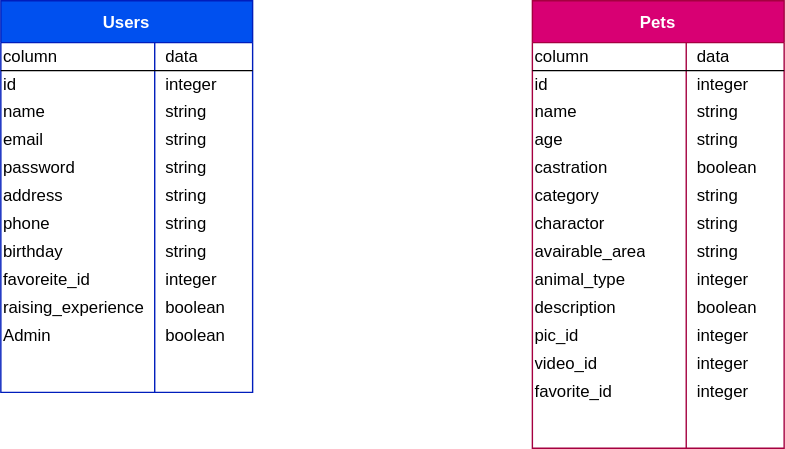
Before: rubyemon.drawio.svg, a diagram exported from draw.io (yosnak13/rubyemon_entity_relationship_diagram). Source tidied: cells renumbered, new cells last; positions are measured from the earlier drawing's top-left corner, leaving out a move shared by most shapes.
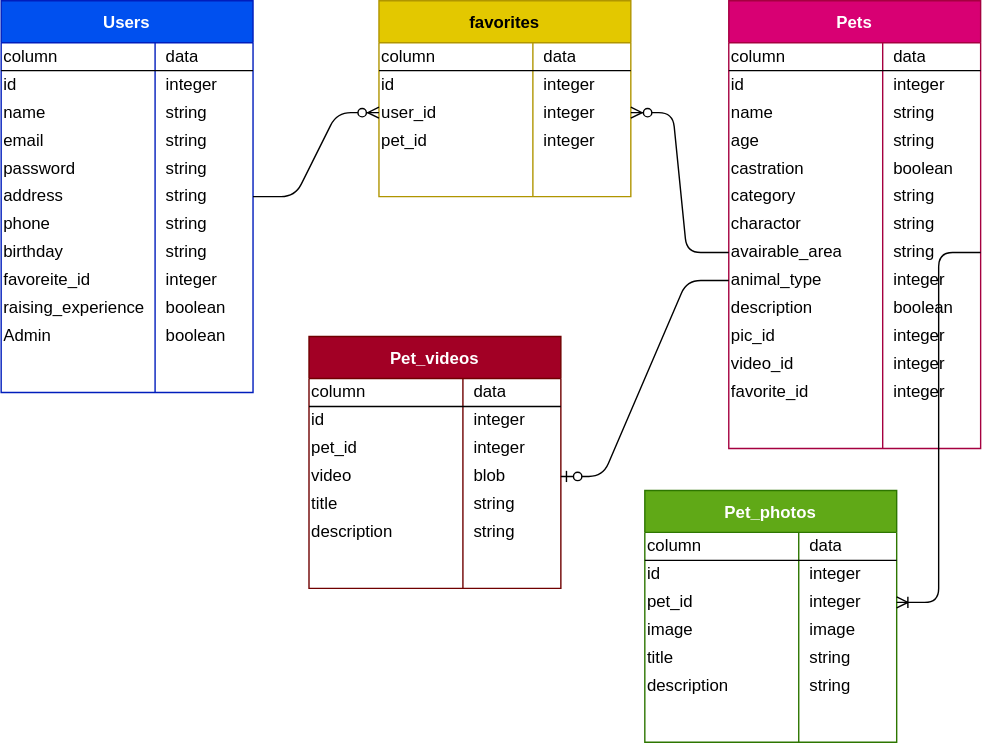
Above is the later version.

What changed in the source:
```diff
@@ -3,7 +3,7 @@
     <mxCell id="0" />
     <mxCell id="1" parent="0" />
     <mxCell id="2" value="Users" style="shape=table;startSize=30;rowLines=0;fontStyle=1;align=center;labelBorderColor=none;labelBackgroundColor=none;fillColor=#0050ef;strokeColor=#001DBC;fontColor=#ffffff;" parent="1" vertex="1">
-      <mxGeometry width="180" height="280" as="geometry" />
+      <mxGeometry x="-10" width="180" height="280" as="geometry" />
     </mxCell>
     <mxCell id="3" style="shape=partialRectangle;html=1;whiteSpace=wrap;fillColor=none;top=0;left=0;bottom=1;right=0;" parent="2" vertex="1">
       <mxGeometry y="30" width="180" height="20" as="geometry" />
@@ -104,8 +104,8 @@
     <mxCell id="35" value="boolean" style="shape=partialRectangle;html=1;whiteSpace=wrap;fillColor=none;top=0;left=0;bottom=0;right=0;align=left;spacingLeft=6;overflow=hidden;" parent="33" vertex="1">
       <mxGeometry x="110" width="70" height="20" as="geometry" />
     </mxCell>
-    <mxCell id="36" value="Pets" style="shape=table;startSize=30;rowLines=0;fontStyle=1;align=center;labelBorderColor=none;labelBackgroundColor=none;fillColor=#d80073;strokeColor=#A50040;fontColor=#ffffff;" parent="1" vertex="1">
-      <mxGeometry x="380" width="180" height="320" as="geometry" />
+    <mxCell id="36" value="Pets" style="shape=table;startSize=30;rowLines=0;fontStyle=1;align=center;labelBorderColor=none;labelBackgroundColor=none;fillColor=#d80073;strokeColor=#A50040;fontColor=#ffffff;shadow=0;" parent="1" vertex="1">
+      <mxGeometry x="510" width="180" height="320" as="geometry" />
     </mxCell>
     <mxCell id="37" style="shape=partialRectangle;html=1;whiteSpace=wrap;fillColor=none;top=0;left=0;bottom=1;right=0;" parent="36" vertex="1">
       <mxGeometry y="30" width="180" height="20" as="geometry" />
@@ -224,5 +224,170 @@
     <mxCell id="75" value="integer" style="shape=partialRectangle;html=1;whiteSpace=wrap;fillColor=none;top=0;left=0;bottom=0;right=0;align=left;spacingLeft=6;overflow=hidden;" parent="73" vertex="1">
       <mxGeometry x="110" width="70" height="20" as="geometry" />
     </mxCell>
+    <mxCell id="76" value="favorites" style="shape=table;startSize=30;rowLines=0;fontStyle=1;align=center;labelBorderColor=none;labelBackgroundColor=none;fillColor=#e3c800;strokeColor=#B09500;fontColor=#000000;" parent="1" vertex="1">
+      <mxGeometry x="260" width="180" height="140" as="geometry" />
+    </mxCell>
+    <mxCell id="77" style="shape=partialRectangle;html=1;whiteSpace=wrap;fillColor=none;top=0;left=0;bottom=1;right=0;" parent="76" vertex="1">
+      <mxGeometry y="30" width="180" height="20" as="geometry" />
+    </mxCell>
+    <mxCell id="78" value="column" style="shape=partialRectangle;html=1;whiteSpace=wrap;fillColor=none;top=0;left=0;bottom=0;right=0;overflow=hidden;align=left;" parent="77" vertex="1">
+      <mxGeometry width="110" height="20" as="geometry" />
+    </mxCell>
+    <mxCell id="79" value="data" style="shape=partialRectangle;html=1;whiteSpace=wrap;fillColor=none;top=0;left=0;bottom=0;right=0;align=left;spacingLeft=6;overflow=hidden;" parent="77" vertex="1">
+      <mxGeometry x="110" width="70" height="20" as="geometry" />
+    </mxCell>
+    <mxCell id="80" style="shape=partialRectangle;html=1;whiteSpace=wrap;fillColor=none;top=0;left=0;bottom=0;right=0;" parent="76" vertex="1">
+      <mxGeometry y="50" width="180" height="20" as="geometry" />
+    </mxCell>
+    <mxCell id="81" value="id" style="shape=partialRectangle;html=1;whiteSpace=wrap;fillColor=none;top=0;left=0;bottom=0;right=0;overflow=hidden;align=left;" parent="80" vertex="1">
+      <mxGeometry width="110" height="20" as="geometry" />
+    </mxCell>
+    <mxCell id="82" value="integer" style="shape=partialRectangle;html=1;whiteSpace=wrap;fillColor=none;top=0;left=0;bottom=0;right=0;align=left;spacingLeft=6;overflow=hidden;" parent="80" vertex="1">
+      <mxGeometry x="110" width="70" height="20" as="geometry" />
+    </mxCell>
+    <mxCell id="83" style="shape=partialRectangle;html=1;whiteSpace=wrap;fillColor=none;top=0;left=0;bottom=0;right=0;points=[[0,0.5],[1,0.5]];portConstraint=eastwest;" parent="76" vertex="1">
+      <mxGeometry y="70" width="180" height="20" as="geometry" />
+    </mxCell>
+    <mxCell id="84" value="user_id" style="shape=partialRectangle;html=1;whiteSpace=wrap;fillColor=none;top=0;left=0;bottom=0;right=0;overflow=hidden;align=left;" parent="83" vertex="1">
+      <mxGeometry width="110" height="20" as="geometry" />
+    </mxCell>
+    <mxCell id="85" value="integer" style="shape=partialRectangle;html=1;whiteSpace=wrap;fillColor=none;top=0;left=0;bottom=0;right=0;align=left;spacingLeft=6;overflow=hidden;" parent="83" vertex="1">
+      <mxGeometry x="110" width="70" height="20" as="geometry" />
+    </mxCell>
+    <mxCell id="86" style="shape=partialRectangle;html=1;whiteSpace=wrap;fillColor=none;top=0;left=0;bottom=0;right=0;" parent="76" vertex="1">
+      <mxGeometry y="90" width="180" height="20" as="geometry" />
+    </mxCell>
+    <mxCell id="87" value="pet_id" style="shape=partialRectangle;html=1;whiteSpace=wrap;fillColor=none;top=0;left=0;bottom=0;right=0;overflow=hidden;align=left;" parent="86" vertex="1">
+      <mxGeometry width="110" height="20" as="geometry" />
+    </mxCell>
+    <mxCell id="88" value="integer" style="shape=partialRectangle;html=1;whiteSpace=wrap;fillColor=none;top=0;left=0;bottom=0;right=0;align=left;spacingLeft=6;overflow=hidden;" parent="86" vertex="1">
+      <mxGeometry x="110" width="70" height="20" as="geometry" />
+    </mxCell>
+    <mxCell id="89" style="edgeStyle=entityRelationEdgeStyle;fontSize=12;html=1;endArrow=ERzeroToMany;endFill=1;exitX=1;exitY=0.5;exitDx=0;exitDy=0;entryX=0;entryY=0.5;entryDx=0;entryDy=0;" parent="1" edge="1" source="18" target="83">
+      <mxGeometry relative="1" as="geometry" />
+    </mxCell>
+    <mxCell id="90" style="edgeStyle=entityRelationEdgeStyle;fontSize=12;html=1;endArrow=ERzeroToMany;endFill=1;entryX=1;entryY=0.5;entryDx=0;entryDy=0;" parent="1" edge="1" source="58" target="83">
+      <mxGeometry relative="1" as="geometry" />
+    </mxCell>
+    <mxCell id="91" value="Pet_photos" style="shape=table;startSize=30;rowLines=0;fontStyle=1;align=center;labelBorderColor=none;labelBackgroundColor=none;fillColor=#60a917;strokeColor=#2D7600;fontColor=#ffffff;" parent="1" vertex="1">
+      <mxGeometry x="450" y="350" width="180" height="180" as="geometry" />
+    </mxCell>
+    <mxCell id="92" style="shape=partialRectangle;html=1;whiteSpace=wrap;fillColor=none;top=0;left=0;bottom=1;right=0;" parent="91" vertex="1">
+      <mxGeometry y="30" width="180" height="20" as="geometry" />
+    </mxCell>
+    <mxCell id="93" value="column" style="shape=partialRectangle;html=1;whiteSpace=wrap;fillColor=none;top=0;left=0;bottom=0;right=0;overflow=hidden;align=left;" parent="92" vertex="1">
+      <mxGeometry width="110" height="20" as="geometry" />
+    </mxCell>
+    <mxCell id="94" value="data" style="shape=partialRectangle;html=1;whiteSpace=wrap;fillColor=none;top=0;left=0;bottom=0;right=0;align=left;spacingLeft=6;overflow=hidden;" parent="92" vertex="1">
+      <mxGeometry x="110" width="70" height="20" as="geometry" />
+    </mxCell>
+    <mxCell id="95" style="shape=partialRectangle;html=1;whiteSpace=wrap;fillColor=none;top=0;left=0;bottom=0;right=0;" parent="91" vertex="1">
+      <mxGeometry y="50" width="180" height="20" as="geometry" />
+    </mxCell>
+    <mxCell id="96" value="id" style="shape=partialRectangle;html=1;whiteSpace=wrap;fillColor=none;top=0;left=0;bottom=0;right=0;overflow=hidden;align=left;" parent="95" vertex="1">
+      <mxGeometry width="110" height="20" as="geometry" />
+    </mxCell>
+    <mxCell id="97" value="integer" style="shape=partialRectangle;html=1;whiteSpace=wrap;fillColor=none;top=0;left=0;bottom=0;right=0;align=left;spacingLeft=6;overflow=hidden;" parent="95" vertex="1">
+      <mxGeometry x="110" width="70" height="20" as="geometry" />
+    </mxCell>
+    <mxCell id="98" style="shape=partialRectangle;html=1;whiteSpace=wrap;fillColor=none;top=0;left=0;bottom=0;right=0;points=[[0,0.5],[1,0.5]];portConstraint=eastwest;" parent="91" vertex="1">
+      <mxGeometry y="70" width="180" height="20" as="geometry" />
+    </mxCell>
+    <mxCell id="99" value="pet_id" style="shape=partialRectangle;html=1;whiteSpace=wrap;fillColor=none;top=0;left=0;bottom=0;right=0;overflow=hidden;align=left;" parent="98" vertex="1">
+      <mxGeometry width="110" height="20" as="geometry" />
+    </mxCell>
+    <mxCell id="100" value="integer" style="shape=partialRectangle;html=1;whiteSpace=wrap;fillColor=none;top=0;left=0;bottom=0;right=0;align=left;spacingLeft=6;overflow=hidden;" parent="98" vertex="1">
+      <mxGeometry x="110" width="70" height="20" as="geometry" />
+    </mxCell>
+    <mxCell id="101" style="shape=partialRectangle;html=1;whiteSpace=wrap;fillColor=none;top=0;left=0;bottom=0;right=0;" parent="91" vertex="1">
+      <mxGeometry y="90" width="180" height="20" as="geometry" />
+    </mxCell>
+    <mxCell id="102" value="image" style="shape=partialRectangle;html=1;whiteSpace=wrap;fillColor=none;top=0;left=0;bottom=0;right=0;overflow=hidden;align=left;" parent="101" vertex="1">
+      <mxGeometry width="110" height="20" as="geometry" />
+    </mxCell>
+    <mxCell id="103" value="image" style="shape=partialRectangle;html=1;whiteSpace=wrap;fillColor=none;top=0;left=0;bottom=0;right=0;align=left;spacingLeft=6;overflow=hidden;" parent="101" vertex="1">
+      <mxGeometry x="110" width="70" height="20" as="geometry" />
+    </mxCell>
+    <mxCell id="104" style="shape=partialRectangle;html=1;whiteSpace=wrap;fillColor=none;top=0;left=0;bottom=0;right=0;" parent="91" vertex="1">
+      <mxGeometry y="110" width="180" height="20" as="geometry" />
+    </mxCell>
+    <mxCell id="105" value="title" style="shape=partialRectangle;html=1;whiteSpace=wrap;fillColor=none;top=0;left=0;bottom=0;right=0;overflow=hidden;align=left;" parent="104" vertex="1">
+      <mxGeometry width="110" height="20" as="geometry" />
+    </mxCell>
+    <mxCell id="106" value="string" style="shape=partialRectangle;html=1;whiteSpace=wrap;fillColor=none;top=0;left=0;bottom=0;right=0;align=left;spacingLeft=6;overflow=hidden;" parent="104" vertex="1">
+      <mxGeometry x="110" width="70" height="20" as="geometry" />
+    </mxCell>
+    <mxCell id="107" style="shape=partialRectangle;html=1;whiteSpace=wrap;fillColor=none;top=0;left=0;bottom=0;right=0;" parent="91" vertex="1">
+      <mxGeometry y="130" width="180" height="20" as="geometry" />
+    </mxCell>
+    <mxCell id="108" value="description" style="shape=partialRectangle;html=1;whiteSpace=wrap;fillColor=none;top=0;left=0;bottom=0;right=0;overflow=hidden;align=left;" parent="107" vertex="1">
+      <mxGeometry width="110" height="20" as="geometry" />
+    </mxCell>
+    <mxCell id="109" value="string" style="shape=partialRectangle;html=1;whiteSpace=wrap;fillColor=none;top=0;left=0;bottom=0;right=0;align=left;spacingLeft=6;overflow=hidden;" parent="107" vertex="1">
+      <mxGeometry x="110" width="70" height="20" as="geometry" />
+    </mxCell>
+    <mxCell id="110" style="edgeStyle=entityRelationEdgeStyle;fontSize=12;html=1;endArrow=ERoneToMany;exitX=1;exitY=0.5;exitDx=0;exitDy=0;entryX=1;entryY=0.5;entryDx=0;entryDy=0;" parent="1" edge="1" source="58" target="98">
+      <mxGeometry relative="1" as="geometry" />
+    </mxCell>
+    <mxCell id="111" value="Pet_videos" style="shape=table;startSize=30;rowLines=0;fontStyle=1;align=center;labelBorderColor=none;labelBackgroundColor=none;fillColor=#a20025;strokeColor=#6F0000;fontColor=#ffffff;" parent="1" vertex="1">
+      <mxGeometry x="210" y="240" width="180" height="180" as="geometry" />
+    </mxCell>
+    <mxCell id="112" style="shape=partialRectangle;html=1;whiteSpace=wrap;fillColor=none;top=0;left=0;bottom=1;right=0;" parent="111" vertex="1">
+      <mxGeometry y="30" width="180" height="20" as="geometry" />
+    </mxCell>
+    <mxCell id="113" value="column" style="shape=partialRectangle;html=1;whiteSpace=wrap;fillColor=none;top=0;left=0;bottom=0;right=0;overflow=hidden;align=left;" parent="112" vertex="1">
+      <mxGeometry width="110" height="20" as="geometry" />
+    </mxCell>
+    <mxCell id="114" value="data" style="shape=partialRectangle;html=1;whiteSpace=wrap;fillColor=none;top=0;left=0;bottom=0;right=0;align=left;spacingLeft=6;overflow=hidden;" parent="112" vertex="1">
+      <mxGeometry x="110" width="70" height="20" as="geometry" />
+    </mxCell>
+    <mxCell id="115" style="shape=partialRectangle;html=1;whiteSpace=wrap;fillColor=none;top=0;left=0;bottom=0;right=0;" parent="111" vertex="1">
+      <mxGeometry y="50" width="180" height="20" as="geometry" />
+    </mxCell>
+    <mxCell id="116" value="id" style="shape=partialRectangle;html=1;whiteSpace=wrap;fillColor=none;top=0;left=0;bottom=0;right=0;overflow=hidden;align=left;" parent="115" vertex="1">
+      <mxGeometry width="110" height="20" as="geometry" />
+    </mxCell>
+    <mxCell id="117" value="integer" style="shape=partialRectangle;html=1;whiteSpace=wrap;fillColor=none;top=0;left=0;bottom=0;right=0;align=left;spacingLeft=6;overflow=hidden;" parent="115" vertex="1">
+      <mxGeometry x="110" width="70" height="20" as="geometry" />
+    </mxCell>
+    <mxCell id="118" style="shape=partialRectangle;html=1;whiteSpace=wrap;fillColor=none;top=0;left=0;bottom=0;right=0;" parent="111" vertex="1">
+      <mxGeometry y="70" width="180" height="20" as="geometry" />
+    </mxCell>
+    <mxCell id="119" value="pet_id" style="shape=partialRectangle;html=1;whiteSpace=wrap;fillColor=none;top=0;left=0;bottom=0;right=0;overflow=hidden;align=left;" parent="118" vertex="1">
+      <mxGeometry width="110" height="20" as="geometry" />
+    </mxCell>
+    <mxCell id="120" value="integer" style="shape=partialRectangle;html=1;whiteSpace=wrap;fillColor=none;top=0;left=0;bottom=0;right=0;align=left;spacingLeft=6;overflow=hidden;" parent="118" vertex="1">
+      <mxGeometry x="110" width="70" height="20" as="geometry" />
+    </mxCell>
+    <mxCell id="121" style="shape=partialRectangle;html=1;whiteSpace=wrap;fillColor=none;top=0;left=0;bottom=0;right=0;points=[[0,0.5],[1,0.5]];portConstraint=eastwest;" parent="111" vertex="1">
+      <mxGeometry y="90" width="180" height="20" as="geometry" />
+    </mxCell>
+    <mxCell id="122" value="video" style="shape=partialRectangle;html=1;whiteSpace=wrap;fillColor=none;top=0;left=0;bottom=0;right=0;overflow=hidden;align=left;" parent="121" vertex="1">
+      <mxGeometry width="110" height="20" as="geometry" />
+    </mxCell>
+    <mxCell id="123" value="blob" style="shape=partialRectangle;html=1;whiteSpace=wrap;fillColor=none;top=0;left=0;bottom=0;right=0;align=left;spacingLeft=6;overflow=hidden;" parent="121" vertex="1">
+      <mxGeometry x="110" width="70" height="20" as="geometry" />
+    </mxCell>
+    <mxCell id="124" style="shape=partialRectangle;html=1;whiteSpace=wrap;fillColor=none;top=0;left=0;bottom=0;right=0;" parent="111" vertex="1">
+      <mxGeometry y="110" width="180" height="20" as="geometry" />
+    </mxCell>
+    <mxCell id="125" value="title" style="shape=partialRectangle;html=1;whiteSpace=wrap;fillColor=none;top=0;left=0;bottom=0;right=0;overflow=hidden;align=left;" parent="124" vertex="1">
+      <mxGeometry width="110" height="20" as="geometry" />
+    </mxCell>
+    <mxCell id="126" value="string" style="shape=partialRectangle;html=1;whiteSpace=wrap;fillColor=none;top=0;left=0;bottom=0;right=0;align=left;spacingLeft=6;overflow=hidden;" parent="124" vertex="1">
+      <mxGeometry x="110" width="70" height="20" as="geometry" />
+    </mxCell>
+    <mxCell id="127" style="shape=partialRectangle;html=1;whiteSpace=wrap;fillColor=none;top=0;left=0;bottom=0;right=0;" parent="111" vertex="1">
+      <mxGeometry y="130" width="180" height="20" as="geometry" />
+    </mxCell>
+    <mxCell id="128" value="description" style="shape=partialRectangle;html=1;whiteSpace=wrap;fillColor=none;top=0;left=0;bottom=0;right=0;overflow=hidden;align=left;" parent="127" vertex="1">
+      <mxGeometry width="110" height="20" as="geometry" />
+    </mxCell>
+    <mxCell id="129" value="string" style="shape=partialRectangle;html=1;whiteSpace=wrap;fillColor=none;top=0;left=0;bottom=0;right=0;align=left;spacingLeft=6;overflow=hidden;" parent="127" vertex="1">
+      <mxGeometry x="110" width="70" height="20" as="geometry" />
+    </mxCell>
+    <mxCell id="130" style="edgeStyle=entityRelationEdgeStyle;fontSize=12;html=1;endArrow=ERzeroToOne;endFill=1;exitX=0;exitY=0.5;exitDx=0;exitDy=0;entryX=1;entryY=0.5;entryDx=0;entryDy=0;" parent="1" edge="1" source="61" target="121">
+      <mxGeometry relative="1" as="geometry" />
+    </mxCell>
   </root>
 </mxGraphModel>
```
